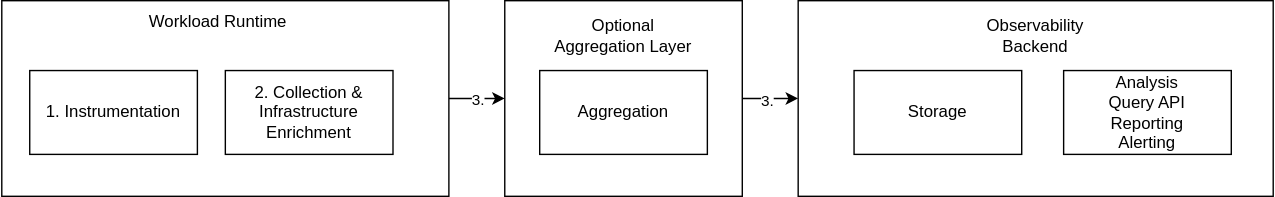
The draw.io diagram concepts/observability-strategy/assets/strategy-stages.drawio.svg in kyma-project/community, before a commit. Source tidied: cells renumbered, new cells last; positions are measured from the earlier drawing's top-left corner, leaving out a move shared by most shapes.
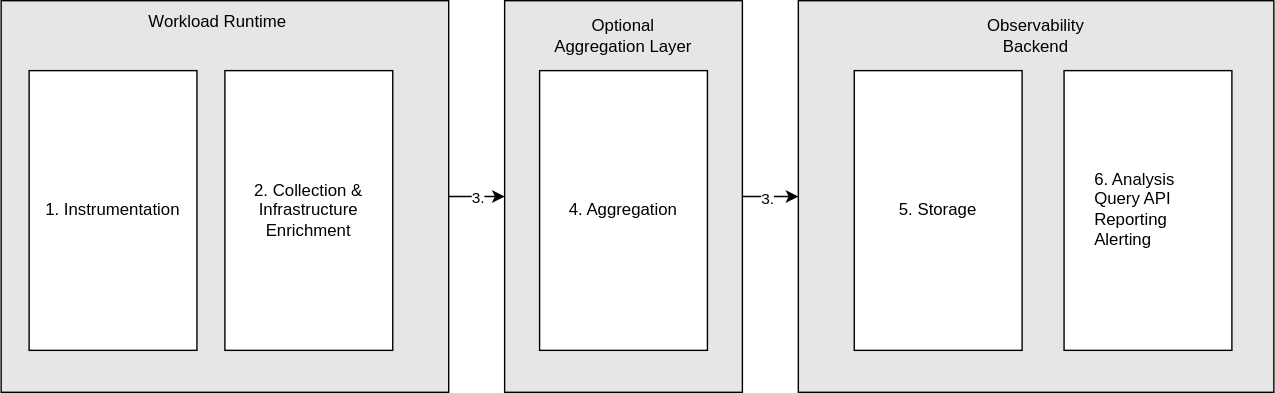
After the change.

Change to the diagram source:
```diff
@@ -2,8 +2,8 @@
   <root>
     <mxCell id="0" />
     <mxCell id="1" parent="0" />
-    <mxCell id="2" style="rounded=0;whiteSpace=wrap;html=1;" parent="1" vertex="1">
-      <mxGeometry x="570" width="340" height="140" as="geometry" />
+    <mxCell id="2" style="rounded=0;whiteSpace=wrap;html=1;fillColor=#E6E6E6;" parent="1" vertex="1">
+      <mxGeometry x="570" width="340" height="280" as="geometry" />
     </mxCell>
     <mxCell id="3" style="edgeStyle=none;html=1;exitX=1;exitY=0.5;exitDx=0;exitDy=0;entryX=0;entryY=0.5;entryDx=0;entryDy=0;" parent="1" edge="1" source="5" target="2">
       <mxGeometry relative="1" as="geometry" />
@@ -11,8 +11,8 @@
     <mxCell id="4" value="3." style="edgeLabel;html=1;align=center;verticalAlign=middle;" parent="3" vertex="1">
       <mxGeometry x="-0.15" y="-1" relative="1" as="geometry" />
     </mxCell>
-    <mxCell id="5" style="rounded=0;whiteSpace=wrap;html=1;" parent="1" vertex="1">
-      <mxGeometry x="360" width="170" height="140" as="geometry" />
+    <mxCell id="5" style="rounded=0;whiteSpace=wrap;html=1;fillColor=#E6E6E6;" parent="1" vertex="1">
+      <mxGeometry x="360" width="170" height="280" as="geometry" />
     </mxCell>
     <mxCell id="6" style="edgeStyle=none;html=1;exitX=1;exitY=0.5;exitDx=0;exitDy=0;entryX=0;entryY=0.5;entryDx=0;entryDy=0;" parent="1" edge="1" source="8" target="5">
       <mxGeometry relative="1" as="geometry" />
@@ -22,23 +22,23 @@
         <mxPoint x="-1" y="1" as="offset" />
       </mxGeometry>
     </mxCell>
-    <mxCell id="8" style="rounded=0;whiteSpace=wrap;html=1;" parent="1" vertex="1">
-      <mxGeometry width="320" height="140" as="geometry" />
+    <mxCell id="8" style="rounded=0;whiteSpace=wrap;html=1;fillColor=#E6E6E6;" parent="1" vertex="1">
+      <mxGeometry width="320" height="280" as="geometry" />
     </mxCell>
     <mxCell id="9" value="1. Instrumentation" style="rounded=0;whiteSpace=wrap;html=1;" parent="1" vertex="1">
-      <mxGeometry x="20" y="50" width="120" height="60" as="geometry" />
+      <mxGeometry x="20" y="50" width="120" height="200" as="geometry" />
     </mxCell>
     <mxCell id="10" value="2. Collection &amp;amp; Infrastructure Enrichment" style="rounded=0;whiteSpace=wrap;html=1;" parent="1" vertex="1">
-      <mxGeometry x="160" y="50" width="120" height="60" as="geometry" />
+      <mxGeometry x="160" y="50" width="120" height="200" as="geometry" />
     </mxCell>
-    <mxCell id="11" value="Aggregation" style="rounded=0;whiteSpace=wrap;html=1;" parent="1" vertex="1">
-      <mxGeometry x="385" y="50" width="120" height="60" as="geometry" />
+    <mxCell id="11" value="4. Aggregation" style="rounded=0;whiteSpace=wrap;html=1;" parent="1" vertex="1">
+      <mxGeometry x="385" y="50" width="120" height="200" as="geometry" />
     </mxCell>
-    <mxCell id="12" value="Storage" style="rounded=0;whiteSpace=wrap;html=1;" parent="1" vertex="1">
-      <mxGeometry x="610" y="50" width="120" height="60" as="geometry" />
+    <mxCell id="12" value="5. Storage" style="rounded=0;whiteSpace=wrap;html=1;" parent="1" vertex="1">
+      <mxGeometry x="610" y="50" width="120" height="200" as="geometry" />
     </mxCell>
-    <mxCell id="13" value="Analysis&lt;br&gt;Query API&lt;br&gt;Reporting&lt;br&gt;Alerting" style="rounded=0;whiteSpace=wrap;html=1;" parent="1" vertex="1">
-      <mxGeometry x="760" y="50" width="120" height="60" as="geometry" />
+    <mxCell id="13" style="rounded=0;whiteSpace=wrap;html=1;align=center;" parent="1" vertex="1">
+      <mxGeometry x="760" y="50" width="120" height="200" as="geometry" />
     </mxCell>
     <mxCell id="14" value="Workload Runtime" style="text;html=1;strokeColor=none;fillColor=none;align=center;verticalAlign=middle;whiteSpace=wrap;rounded=0;" parent="1" vertex="1">
       <mxGeometry x="100" width="110" height="30" as="geometry" />
@@ -49,5 +49,8 @@
     <mxCell id="16" value="Observability Backend" style="text;html=1;strokeColor=none;fillColor=none;align=center;verticalAlign=middle;whiteSpace=wrap;rounded=0;" parent="1" vertex="1">
       <mxGeometry x="685" y="10" width="110" height="30" as="geometry" />
     </mxCell>
+    <mxCell id="17" value="6. Analysis&lt;br&gt;&amp;nbsp; &amp;nbsp; Query API&lt;br&gt;&amp;nbsp; &amp;nbsp; Reporting&lt;br&gt;&lt;div&gt;&lt;span&gt;&amp;nbsp; &amp;nbsp; Alerting&lt;/span&gt;&lt;/div&gt;" style="text;html=1;strokeColor=none;fillColor=none;align=left;verticalAlign=middle;whiteSpace=wrap;rounded=0;" parent="1" vertex="1">
+      <mxGeometry x="780" y="47.5" width="80" height="202.5" as="geometry" />
+    </mxCell>
   </root>
 </mxGraphModel>
```
